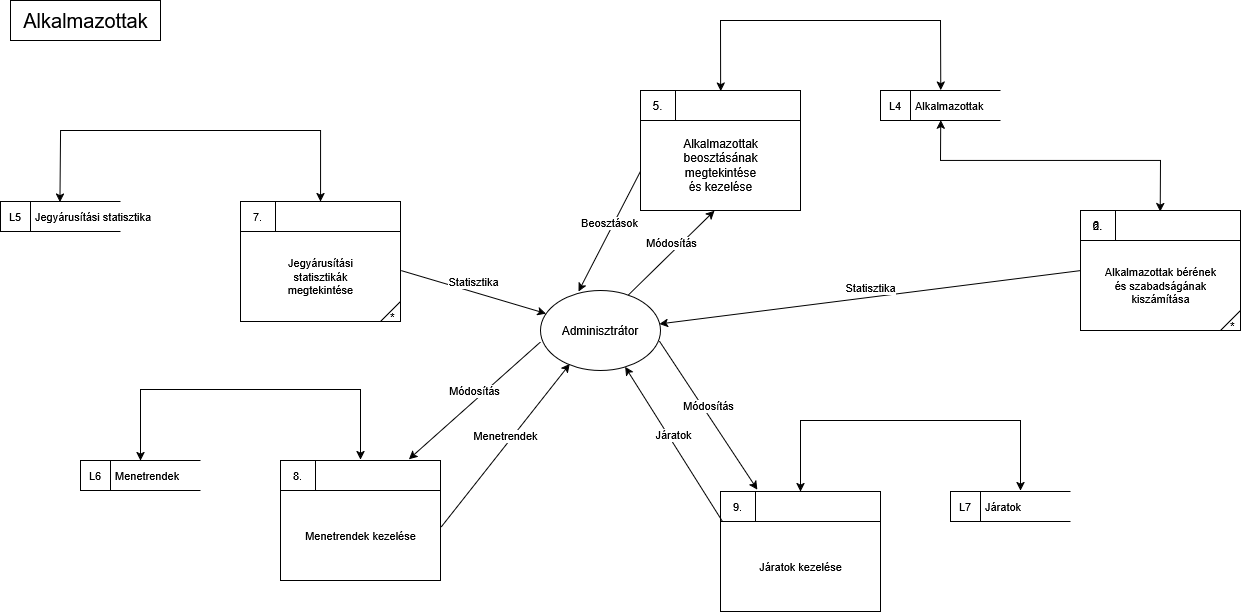
jan-katosa/vasut_projekt keeps this draw.io diagram as docs/documentation/dfd/vasut_admin_log1.png. Above is the earlier version. Source tidied: cells renumbered, new cells last; positions are measured from the earlier drawing's top-left corner, leaving out a move shared by most shapes.
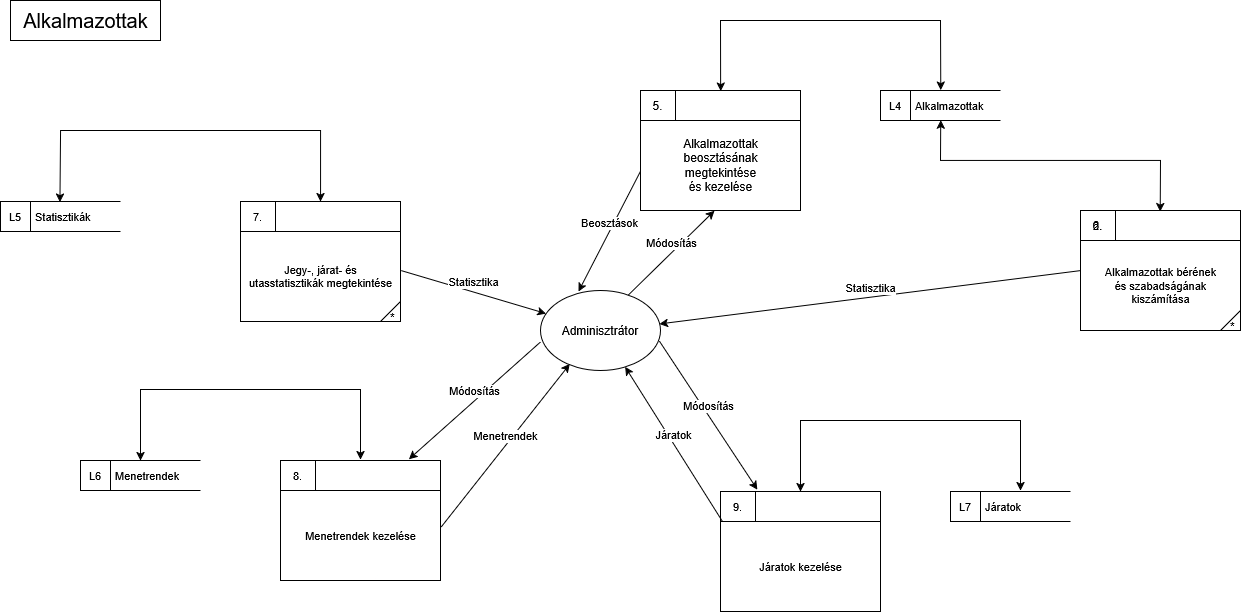
Later version of the same file.

Diff of the diagram source:
```diff
@@ -20,13 +20,13 @@
         </Array>
       </mxGeometry>
     </mxCell>
-    <mxCell id="6" value="Jegyárusítási statisztika" style="html=1;dashed=0;whitespace=wrap;shape=mxgraph.dfd.dataStoreID;align=left;spacingLeft=33;strokeColor=default;fontSize=11;fillColor=default;" parent="1" vertex="1">
+    <mxCell id="6" value="Statisztikák" style="html=1;dashed=0;whitespace=wrap;shape=mxgraph.dfd.dataStoreID;align=left;spacingLeft=33;strokeColor=default;fontSize=11;fillColor=default;" parent="1" vertex="1">
       <mxGeometry y="201" width="120" height="30" as="geometry" />
     </mxCell>
     <mxCell id="7" value="L5" style="text;html=1;strokeColor=none;fillColor=none;align=center;verticalAlign=middle;whiteSpace=wrap;rounded=0;fontSize=11;" parent="6" vertex="1">
       <mxGeometry width="30" height="30" as="geometry" />
     </mxCell>
-    <mxCell id="8" value="Jegyárusítási&lt;br&gt;statisztikák&lt;br&gt;megtekintése" style="html=1;dashed=0;whitespace=wrap;shape=mxgraph.dfd.process;align=center;spacingTop=30;strokeColor=default;fontSize=11;fillColor=default;" parent="1" vertex="1">
+    <mxCell id="8" value="Jegy-, járat- és&lt;br&gt;utasstatisztikák megtekintése" style="html=1;dashed=0;whitespace=wrap;shape=mxgraph.dfd.process;align=center;spacingTop=30;strokeColor=default;fontSize=11;fillColor=default;" parent="1" vertex="1">
       <mxGeometry x="240" y="201" width="160" height="120" as="geometry" />
     </mxCell>
     <mxCell id="9" value="7." style="text;html=1;strokeColor=none;fillColor=none;align=center;verticalAlign=middle;whiteSpace=wrap;rounded=0;fontSize=11;" parent="8" vertex="1">
```
